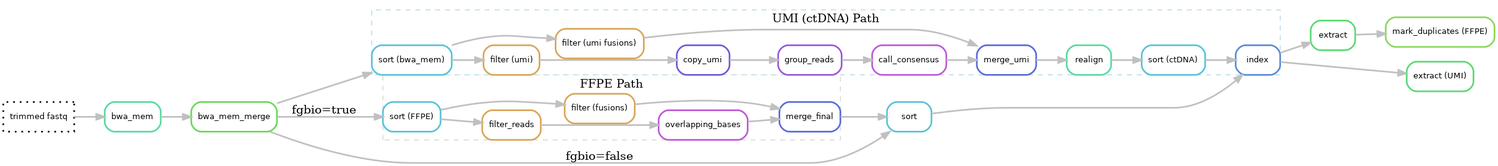
Earlier version of the Graphviz export docs/images/alignment.png (genomic-medicine-sweden/Twist_Solid). Its source is kept beside it as docs/images/alignment.dot.
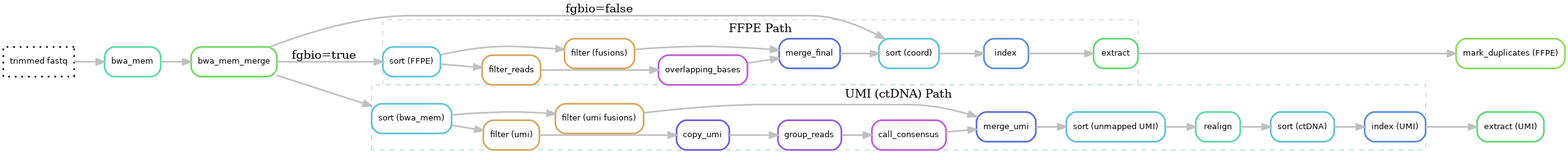
After the change.

Commit message:
fix: add sorting before alignment to fix fgbio error

The edit, as a diff of the source:
```diff
@@ -22,12 +22,20 @@
         s1[label = "sort (FFPE)", color = "0.53 0.6 0.85", style="rounded"];
         o1[label = "overlapping_bases", color = "0.80 0.6 0.85", style="rounded"];
         m1[label = "merge_final", color = "0.64 0.6 0.85", style="rounded"];
+        s1f[label = "sort (coord)", color = "0.53 0.6 0.85", style="rounded"];
+        i1[label = "index", color = "0.60 0.6 0.85", style="rounded"];
+        ex1[label = "extract", color = "0.37 0.6 0.85", style="rounded"];
+        d1[label = "mark_duplicates (FFPE)", color = "0.27 0.6 0.85", style="rounded"];
 
         s1 -> f1
         s1 -> f1f
         f1 -> o1
         o1 -> m1
         f1f -> m1
+        m1 -> s1f
+        s1f -> i1
+        i1 -> ex1
+        ex1 -> d1
     }
 
     subgraph cluster_umi {
@@ -42,8 +50,11 @@
         21[label = "group_reads", color = "0.75 0.6 0.85", style="rounded"];
         22[label = "call_consensus", color = "0.80 0.6 0.85", style="rounded"];
         m2[label = "merge_umi", color = "0.64 0.6 0.85", style="rounded"];
+        s_umi_unm[label = "sort (unmapped UMI)", color = "0.53 0.6 0.85", style="rounded"];
         re[label = "realign", color = "0.43 0.6 0.85", style="rounded"];
         s2[label = "sort (ctDNA)", color = "0.53 0.6 0.85", style="rounded"];
+        i2[label = "index (UMI)", color = "0.60 0.6 0.85", style="rounded"];
+        ex2[label = "extract (UMI)", color = "0.37 0.6 0.85", style="rounded"];
 
         s0 -> f2
         s0 -> f2f
@@ -52,30 +63,18 @@
         21 -> 22
         22 -> m2
         f2f -> m2
-        m2 -> re
+        m2 -> s_umi_unm
+        s_umi_unm -> re
         re -> s2
-        s2 -> 7
+        s2 -> i2
+        i2 -> ex2
     }
 
     4 -> s1 [label="fgbio=true"]
-    4 -> 3 [label="fgbio=false"]
+    4 -> s1f [label="fgbio=false"]
 
     4 -> s0
 
-    3[label = "sort", color = "0.53 0.6 0.85", style="rounded"];
-    7[label = "index", color = "0.60 0.6 0.85", style="rounded"];
-
-    m1 -> 3
-    3 -> 7
-
-    ex1[label = "extract", color = "0.37 0.6 0.85", style="rounded"];
-    ex2[label = "extract (UMI)", color = "0.37 0.6 0.85", style="rounded"];
-    1[label = "mark_duplicates (FFPE)", color = "0.27 0.6 0.85", style="rounded"];
-
-    7 -> ex1
-    7 -> ex2
-    ex1 -> 1
-
-    { rank = same; 1; ex2; }
+    { rank = same; d1; ex2; }
 }
 
```
